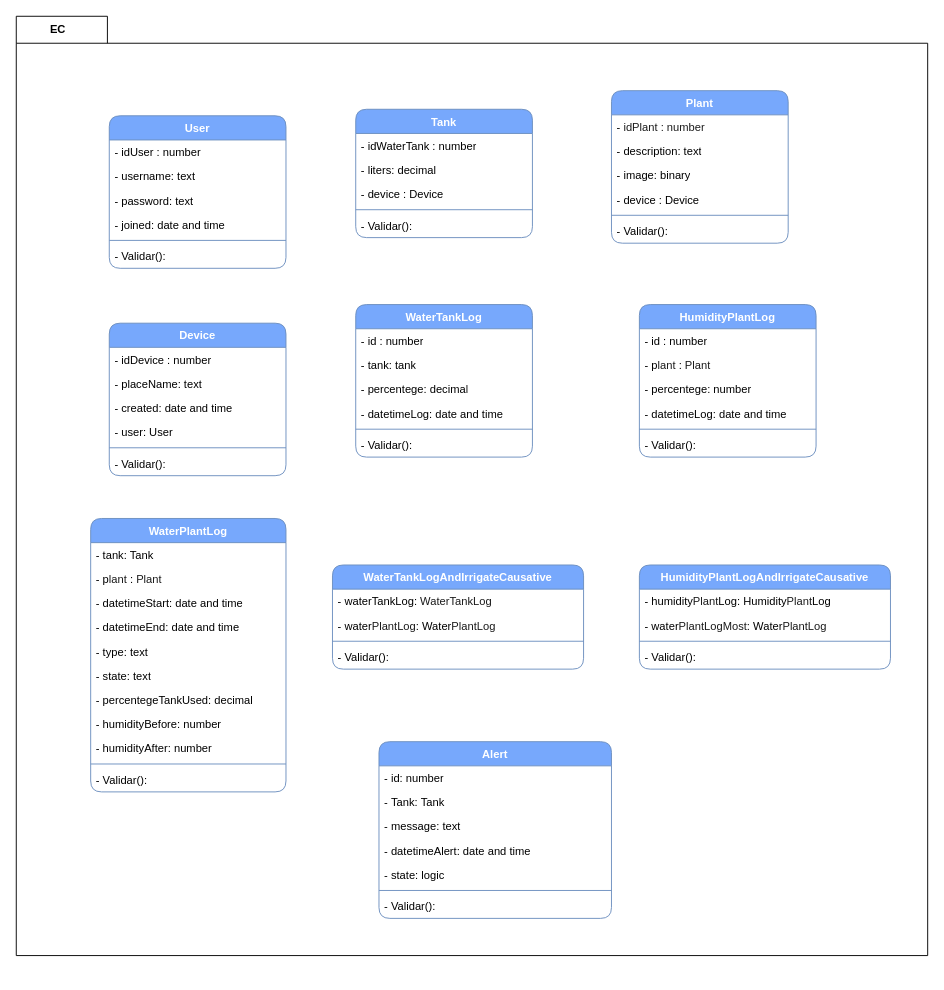
Earlier version of the draw.io diagram Diagramas/ArquitecturaEnCapas.drawio (Agustin15/AquaControl). Source tidied: cells renumbered, new cells numbered last; positions are measured from the earlier drawing's top-left corner, leaving out a move shared by most shapes. Both pictures are drawn from the tidied source at 93%, with x=0, y=0 at pixel (16, 16).
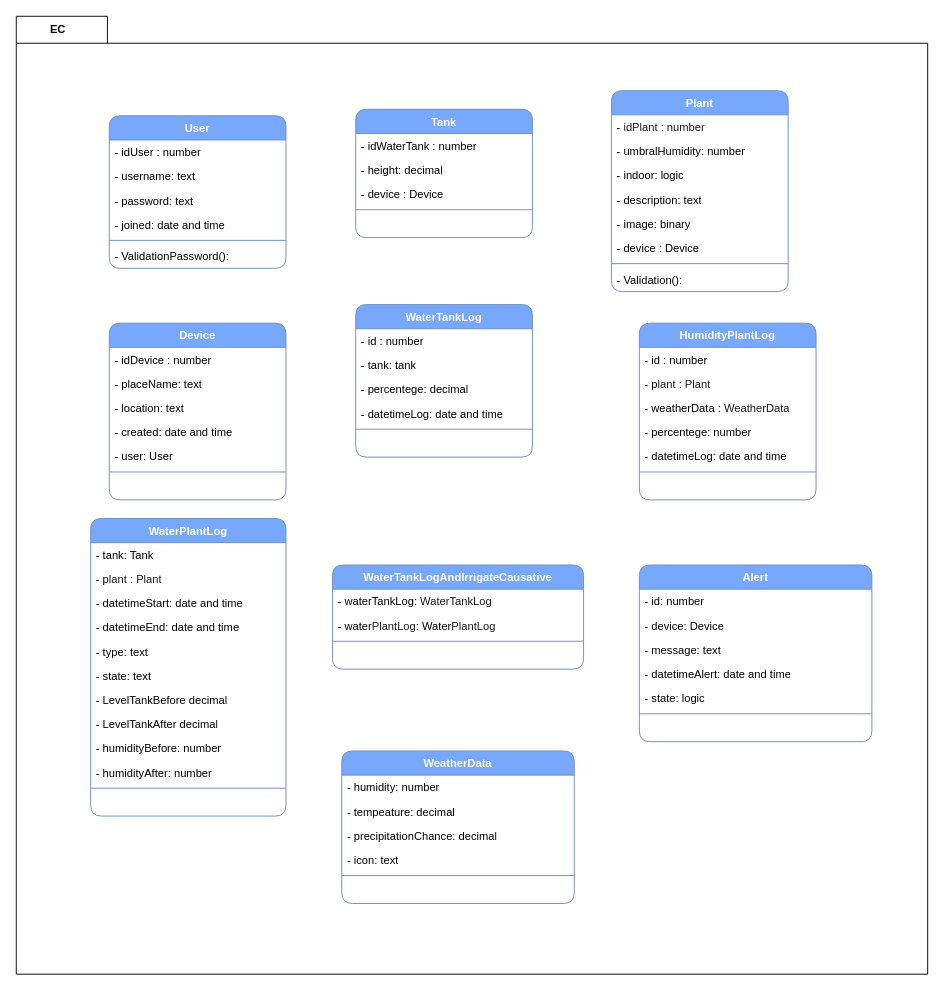
The same diagram, later.

Commit message:
EC class diagram updated in Diagramas/ArquitecturaEnCapas.drawio

Unchanged cells that the change refers to:
```xml
<mxCell id="3" value="&lt;font style=&quot;color: rgb(255, 255, 255);&quot;&gt;WaterTankLog&lt;/font&gt;" style="swimlane;fontStyle=1;align=center;verticalAlign=top;horizontal=1;startSize=26;whiteSpace=wrap;html=1;rounded=1;fillColor=#77A8FC;strokeColor=#6c8ebf;" parent="1" vertex="1">
  <mxGeometry x="365" y="310" width="190" height="164" as="geometry" />
</mxCell>
<mxCell id="38" value="&lt;font style=&quot;color: rgb(255, 255, 255);&quot;&gt;Tank&lt;/font&gt;" style="swimlane;fontStyle=1;align=center;verticalAlign=top;horizontal=1;startSize=26;whiteSpace=wrap;html=1;rounded=1;fillColor=#77A8FC;strokeColor=#6c8ebf;" parent="1" vertex="1">
  <mxGeometry x="365" y="100" width="190" height="138" as="geometry" />
</mxCell>
<mxCell id="51" value="&lt;font color=&quot;#ffffff&quot;&gt;User&lt;/font&gt;" style="swimlane;fontStyle=1;align=center;verticalAlign=top;horizontal=1;startSize=26;whiteSpace=wrap;html=1;rounded=1;fillColor=#77A8FC;strokeColor=#6c8ebf;" parent="1" vertex="1">
  <mxGeometry x="100" y="107" width="190" height="164" as="geometry" />
</mxCell>
<mxCell id="65" value="&lt;font style=&quot;color: rgb(255, 255, 255);&quot;&gt;WaterTankLogAndIrrigateCausative&lt;/font&gt;" style="swimlane;fontStyle=1;align=center;verticalAlign=top;horizontal=1;startSize=26;whiteSpace=wrap;html=1;rounded=1;fillColor=#77A8FC;strokeColor=#6c8ebf;" parent="1" vertex="1">
  <mxGeometry x="340" y="590" width="270" height="112" as="geometry" />
</mxCell>
```

What changed in the source:
```diff
@@
     <mxCell id="2" style="shape=folder;fontStyle=1;spacingTop=10;tabWidth=86;tabHeight=29;tabPosition=left;html=1;whiteSpace=wrap;" parent="1" vertex="1">
-      <mxGeometry width="980" height="1010" as="geometry" />
+      <mxGeometry width="980" height="1030" as="geometry" />
     </mxCell>
@@
-    <mxCell id="9" value="-&amp;nbsp;Validar():" style="text;strokeColor=none;fillColor=none;align=left;verticalAlign=top;spacingLeft=4;spacingRight=4;overflow=hidden;whiteSpace=wrap;html=1;" parent="3" vertex="1">
+    <mxCell id="9" value="&amp;nbsp;" style="text;strokeColor=none;fillColor=none;align=left;verticalAlign=top;spacingLeft=4;spacingRight=4;overflow=hidden;whiteSpace=wrap;html=1;" parent="3" vertex="1">
       <mxGeometry y="138" width="190" height="26" as="geometry" />
     </mxCell>
     <mxCell id="10" value="&lt;font style=&quot;color: rgb(255, 255, 255);&quot;&gt;HumidityPlantLog&lt;/font&gt;" style="swimlane;fontStyle=1;align=center;verticalAlign=top;horizontal=1;startSize=26;whiteSpace=wrap;html=1;rounded=1;fillColor=#77A8FC;strokeColor=#6c8ebf;" parent="1" vertex="1">
-      <mxGeometry x="670" y="310" width="190" height="164" as="geometry" />
+      <mxGeometry x="670" y="330" width="190" height="190" as="geometry" />
     </mxCell>
@@
+    <mxCell id="75" value="&lt;div style=&quot;text-align: center;&quot;&gt;&lt;span style=&quot;background-color: transparent; color: light-dark(rgb(0, 0, 0), rgb(255, 255, 255));&quot;&gt;- weatherData&lt;/span&gt;&lt;span style=&quot;background-color: transparent; color: light-dark(rgb(0, 0, 0), rgb(255, 255, 255));&quot;&gt;&amp;nbsp;: &lt;/span&gt;&lt;span style=&quot;background-color: transparent;&quot;&gt;&lt;font color=&quot;#1a1a1a&quot;&gt;WeatherData&lt;/font&gt;&lt;/span&gt;&lt;/div&gt;" style="text;strokeColor=none;fillColor=none;align=left;verticalAlign=top;spacingLeft=4;spacingRight=4;overflow=hidden;whiteSpace=wrap;html=1;" parent="10" vertex="1">
+      <mxGeometry y="78" width="190" height="26" as="geometry" />
+    </mxCell>
     <mxCell id="13" value="-&amp;nbsp;percentege: number" style="text;strokeColor=none;fillColor=none;align=left;verticalAlign=top;spacingLeft=4;spacingRight=4;overflow=hidden;whiteSpace=wrap;html=1;" parent="10" vertex="1">
-      <mxGeometry y="78" width="190" height="26" as="geometry" />
+      <mxGeometry y="104" width="190" height="26" as="geometry" />
     </mxCell>
     <mxCell id="14" value="-&amp;nbsp;datetimeLog: date and time" style="text;strokeColor=none;fillColor=none;align=left;verticalAlign=top;spacingLeft=4;spacingRight=4;overflow=hidden;whiteSpace=wrap;html=1;" parent="10" vertex="1">
-      <mxGeometry y="104" width="190" height="26" as="geometry" />
+      <mxGeometry y="130" width="190" height="26" as="geometry" />
     </mxCell>
     <mxCell id="15" style="line;strokeWidth=1;fillColor=none;align=left;verticalAlign=middle;spacingTop=-1;spacingLeft=3;spacingRight=3;labelPosition=right;strokeColor=inherit;" parent="10" vertex="1">
-      <mxGeometry y="130" width="190" height="8" as="geometry" />
+      <mxGeometry y="156" width="190" height="8" as="geometry" />
     </mxCell>
-    <mxCell id="16" value="-&amp;nbsp;Validar():" style="text;strokeColor=none;fillColor=none;align=left;verticalAlign=top;spacingLeft=4;spacingRight=4;overflow=hidden;whiteSpace=wrap;html=1;" parent="10" vertex="1">
-      <mxGeometry y="138" width="190" height="26" as="geometry" />
+    <mxCell id="16" value="&amp;nbsp;" style="text;strokeColor=none;fillColor=none;align=left;verticalAlign=top;spacingLeft=4;spacingRight=4;overflow=hidden;whiteSpace=wrap;html=1;" parent="10" vertex="1">
+      <mxGeometry y="164" width="190" height="26" as="geometry" />
     </mxCell>
     <mxCell id="17" value="&lt;font style=&quot;color: rgb(255, 255, 255);&quot;&gt;WaterPlantLog&lt;/font&gt;" style="swimlane;fontStyle=1;align=center;verticalAlign=top;horizontal=1;startSize=26;whiteSpace=wrap;html=1;rounded=1;fillColor=#77A8FC;strokeColor=#6c8ebf;" parent="1" vertex="1">
-      <mxGeometry x="80" y="540" width="210" height="294" as="geometry" />
+      <mxGeometry x="80" y="540" width="210" height="320" as="geometry" />
     </mxCell>
@@
-    <mxCell id="24" value="-&amp;nbsp;percentegeTankUsed: decimal" style="text;strokeColor=none;fillColor=none;align=left;verticalAlign=top;spacingLeft=4;spacingRight=4;overflow=hidden;whiteSpace=wrap;html=1;" parent="17" vertex="1">
+    <mxCell id="24" value="- LevelTankBefore decimal" style="text;strokeColor=none;fillColor=none;align=left;verticalAlign=top;spacingLeft=4;spacingRight=4;overflow=hidden;whiteSpace=wrap;html=1;" parent="17" vertex="1">
       <mxGeometry y="182" width="210" height="26" as="geometry" />
     </mxCell>
+    <mxCell id="76" value="- LevelTankAfter decimal" style="text;strokeColor=none;fillColor=none;align=left;verticalAlign=top;spacingLeft=4;spacingRight=4;overflow=hidden;whiteSpace=wrap;html=1;" parent="17" vertex="1">
+      <mxGeometry y="208" width="210" height="26" as="geometry" />
+    </mxCell>
     <mxCell id="25" value="-&amp;nbsp;humidityBefore: number" style="text;strokeColor=none;fillColor=none;align=left;verticalAlign=top;spacingLeft=4;spacingRight=4;overflow=hidden;whiteSpace=wrap;html=1;" parent="17" vertex="1">
-      <mxGeometry y="208" width="210" height="26" as="geometry" />
+      <mxGeometry y="234" width="210" height="26" as="geometry" />
     </mxCell>
     <mxCell id="26" value="-&amp;nbsp;humidityAfter: number" style="text;strokeColor=none;fillColor=none;align=left;verticalAlign=top;spacingLeft=4;spacingRight=4;overflow=hidden;whiteSpace=wrap;html=1;" parent="17" vertex="1">
-      <mxGeometry y="234" width="210" height="26" as="geometry" />
+      <mxGeometry y="260" width="210" height="26" as="geometry" />
     </mxCell>
     <mxCell id="27" style="line;strokeWidth=1;fillColor=none;align=left;verticalAlign=middle;spacingTop=-1;spacingLeft=3;spacingRight=3;labelPosition=right;strokeColor=inherit;" parent="17" vertex="1">
-      <mxGeometry y="260" width="210" height="8" as="geometry" />
+      <mxGeometry y="286" width="210" height="8" as="geometry" />
     </mxCell>
-    <mxCell id="28" value="-&amp;nbsp;Validar():" style="text;strokeColor=none;fillColor=none;align=left;verticalAlign=top;spacingLeft=4;spacingRight=4;overflow=hidden;whiteSpace=wrap;html=1;" parent="17" vertex="1">
-      <mxGeometry y="268" width="210" height="26" as="geometry" />
+    <mxCell id="28" value="&amp;nbsp;" style="text;strokeColor=none;fillColor=none;align=left;verticalAlign=top;spacingLeft=4;spacingRight=4;overflow=hidden;whiteSpace=wrap;html=1;" parent="17" vertex="1">
+      <mxGeometry y="294" width="210" height="26" as="geometry" />
     </mxCell>
     <mxCell id="29" value="&lt;font style=&quot;color: rgb(255, 255, 255);&quot;&gt;Alert&lt;/font&gt;" style="swimlane;fontStyle=1;align=center;verticalAlign=top;horizontal=1;startSize=26;whiteSpace=wrap;html=1;rounded=1;fillColor=#77A8FC;strokeColor=#6c8ebf;" parent="1" vertex="1">
-      <mxGeometry x="390" y="780" width="250" height="190" as="geometry" />
+      <mxGeometry x="670" y="590" width="250" height="190" as="geometry" />
     </mxCell>
@@
-    <mxCell id="31" value="-&amp;nbsp;Tank:&amp;nbsp;Tank&lt;span style=&quot;color: rgb(26, 26, 26); text-align: center;&quot;&gt;&amp;nbsp;&lt;/span&gt;" style="text;strokeColor=none;fillColor=none;align=left;verticalAlign=top;spacingLeft=4;spacingRight=4;overflow=hidden;whiteSpace=wrap;html=1;" parent="29" vertex="1">
+    <mxCell id="31" value="- device: Device" style="text;strokeColor=none;fillColor=none;align=left;verticalAlign=top;spacingLeft=4;spacingRight=4;overflow=hidden;whiteSpace=wrap;html=1;" parent="29" vertex="1">
       <mxGeometry y="52" width="250" height="26" as="geometry" />
     </mxCell>
@@
-    <mxCell id="36" value="-&amp;nbsp;Validar():" style="text;strokeColor=none;fillColor=none;align=left;verticalAlign=top;spacingLeft=4;spacingRight=4;overflow=hidden;whiteSpace=wrap;html=1;" parent="29" vertex="1">
+    <mxCell id="36" value="&amp;nbsp;" style="text;strokeColor=none;fillColor=none;align=left;verticalAlign=top;spacingLeft=4;spacingRight=4;overflow=hidden;whiteSpace=wrap;html=1;" parent="29" vertex="1">
       <mxGeometry y="164" width="250" height="26" as="geometry" />
     </mxCell>
@@
-    <mxCell id="40" value="- liters: decimal" style="text;strokeColor=none;fillColor=none;align=left;verticalAlign=top;spacingLeft=4;spacingRight=4;overflow=hidden;whiteSpace=wrap;html=1;" parent="38" vertex="1">
+    <mxCell id="40" value="- height: decimal" style="text;strokeColor=none;fillColor=none;align=left;verticalAlign=top;spacingLeft=4;spacingRight=4;overflow=hidden;whiteSpace=wrap;html=1;" parent="38" vertex="1">
       <mxGeometry y="52" width="190" height="26" as="geometry" />
     </mxCell>
@@
-    <mxCell id="43" value="-&amp;nbsp;Validar():" style="text;strokeColor=none;fillColor=none;align=left;verticalAlign=top;spacingLeft=4;spacingRight=4;overflow=hidden;whiteSpace=wrap;html=1;" parent="38" vertex="1">
+    <mxCell id="43" value="&amp;nbsp;" style="text;strokeColor=none;fillColor=none;align=left;verticalAlign=top;spacingLeft=4;spacingRight=4;overflow=hidden;whiteSpace=wrap;html=1;" parent="38" vertex="1">
       <mxGeometry y="112" width="190" height="26" as="geometry" />
     </mxCell>
     <mxCell id="44" value="&lt;span style=&quot;color: rgb(255, 255, 255);&quot;&gt;Plant&lt;/span&gt;" style="swimlane;fontStyle=1;align=center;verticalAlign=top;horizontal=1;startSize=26;whiteSpace=wrap;html=1;rounded=1;fillColor=#77A8FC;strokeColor=#6c8ebf;" parent="1" vertex="1">
-      <mxGeometry x="640" y="80" width="190" height="164" as="geometry" />
+      <mxGeometry x="640" y="80" width="190" height="216" as="geometry" />
     </mxCell>
@@
+    <mxCell id="77" value="- umbralHumidity: number" style="text;strokeColor=none;fillColor=none;align=left;verticalAlign=top;spacingLeft=4;spacingRight=4;overflow=hidden;whiteSpace=wrap;html=1;" parent="44" vertex="1">
+      <mxGeometry y="52" width="190" height="26" as="geometry" />
+    </mxCell>
+    <mxCell id="78" value="- indoor: logic" style="text;strokeColor=none;fillColor=none;align=left;verticalAlign=top;spacingLeft=4;spacingRight=4;overflow=hidden;whiteSpace=wrap;html=1;" parent="44" vertex="1">
+      <mxGeometry y="78" width="190" height="26" as="geometry" />
+    </mxCell>
     <mxCell id="46" value="-&amp;nbsp;description: text" style="text;strokeColor=none;fillColor=none;align=left;verticalAlign=top;spacingLeft=4;spacingRight=4;overflow=hidden;whiteSpace=wrap;html=1;" parent="44" vertex="1">
-      <mxGeometry y="52" width="190" height="26" as="geometry" />
+      <mxGeometry y="104" width="190" height="26" as="geometry" />
     </mxCell>
     <mxCell id="47" value="-&amp;nbsp;image: binary" style="text;strokeColor=none;fillColor=none;align=left;verticalAlign=top;spacingLeft=4;spacingRight=4;overflow=hidden;whiteSpace=wrap;html=1;" parent="44" vertex="1">
-      <mxGeometry y="78" width="190" height="26" as="geometry" />
+      <mxGeometry y="130" width="190" height="26" as="geometry" />
     </mxCell>
     <mxCell id="48" value="- device : Device" style="text;strokeColor=none;fillColor=none;align=left;verticalAlign=top;spacingLeft=4;spacingRight=4;overflow=hidden;whiteSpace=wrap;html=1;" parent="44" vertex="1">
-      <mxGeometry y="104" width="190" height="26" as="geometry" />
+      <mxGeometry y="156" width="190" height="26" as="geometry" />
     </mxCell>
     <mxCell id="49" style="line;strokeWidth=1;fillColor=none;align=left;verticalAlign=middle;spacingTop=-1;spacingLeft=3;spacingRight=3;labelPosition=right;strokeColor=inherit;" parent="44" vertex="1">
-      <mxGeometry y="130" width="190" height="8" as="geometry" />
+      <mxGeometry y="182" width="190" height="8" as="geometry" />
     </mxCell>
-    <mxCell id="50" value="-&amp;nbsp;Validar():" style="text;strokeColor=none;fillColor=none;align=left;verticalAlign=top;spacingLeft=4;spacingRight=4;overflow=hidden;whiteSpace=wrap;html=1;" parent="44" vertex="1">
-      <mxGeometry y="138" width="190" height="26" as="geometry" />
+    <mxCell id="50" value="-&amp;nbsp;Validation():" style="text;strokeColor=none;fillColor=none;align=left;verticalAlign=top;spacingLeft=4;spacingRight=4;overflow=hidden;whiteSpace=wrap;html=1;" parent="44" vertex="1">
+      <mxGeometry y="190" width="190" height="26" as="geometry" />
     </mxCell>
@@
-    <mxCell id="57" value="-&amp;nbsp;Validar():" style="text;strokeColor=none;fillColor=none;align=left;verticalAlign=top;spacingLeft=4;spacingRight=4;overflow=hidden;whiteSpace=wrap;html=1;" parent="51" vertex="1">
+    <mxCell id="57" value="-&amp;nbsp;ValidationPassword():" style="text;strokeColor=none;fillColor=none;align=left;verticalAlign=top;spacingLeft=4;spacingRight=4;overflow=hidden;whiteSpace=wrap;html=1;" parent="51" vertex="1">
       <mxGeometry y="138" width="190" height="26" as="geometry" />
     </mxCell>
     <mxCell id="58" value="&lt;font color=&quot;#ffffff&quot;&gt;Device&lt;/font&gt;" style="swimlane;fontStyle=1;align=center;verticalAlign=top;horizontal=1;startSize=26;whiteSpace=wrap;html=1;rounded=1;fillColor=#77A8FC;strokeColor=#6c8ebf;" parent="1" vertex="1">
-      <mxGeometry x="100" y="330" width="190" height="164" as="geometry" />
+      <mxGeometry x="100" y="330" width="190" height="190" as="geometry" />
     </mxCell>
@@
+    <mxCell id="79" value="- location: text" style="text;strokeColor=none;fillColor=none;align=left;verticalAlign=top;spacingLeft=4;spacingRight=4;overflow=hidden;whiteSpace=wrap;html=1;" parent="58" vertex="1">
+      <mxGeometry y="78" width="190" height="26" as="geometry" />
+    </mxCell>
     <mxCell id="61" value="- created: date and time" style="text;strokeColor=none;fillColor=none;align=left;verticalAlign=top;spacingLeft=4;spacingRight=4;overflow=hidden;whiteSpace=wrap;html=1;" parent="58" vertex="1">
-      <mxGeometry y="78" width="190" height="26" as="geometry" />
+      <mxGeometry y="104" width="190" height="26" as="geometry" />
     </mxCell>
     <mxCell id="62" value="- user: User" style="text;strokeColor=none;fillColor=none;align=left;verticalAlign=top;spacingLeft=4;spacingRight=4;overflow=hidden;whiteSpace=wrap;html=1;" parent="58" vertex="1">
-      <mxGeometry y="104" width="190" height="26" as="geometry" />
+      <mxGeometry y="130" width="190" height="26" as="geometry" />
     </mxCell>
     <mxCell id="63" style="line;strokeWidth=1;fillColor=none;align=left;verticalAlign=middle;spacingTop=-1;spacingLeft=3;spacingRight=3;labelPosition=right;strokeColor=inherit;" parent="58" vertex="1">
-      <mxGeometry y="130" width="190" height="8" as="geometry" />
+      <mxGeometry y="156" width="190" height="8" as="geometry" />
     </mxCell>
-    <mxCell id="64" value="-&amp;nbsp;Validar():" style="text;strokeColor=none;fillColor=none;align=left;verticalAlign=top;spacingLeft=4;spacingRight=4;overflow=hidden;whiteSpace=wrap;html=1;" parent="58" vertex="1">
-      <mxGeometry y="138" width="190" height="26" as="geometry" />
+    <mxCell id="64" value="&amp;nbsp;" style="text;strokeColor=none;fillColor=none;align=left;verticalAlign=top;spacingLeft=4;spacingRight=4;overflow=hidden;whiteSpace=wrap;html=1;" parent="58" vertex="1">
+      <mxGeometry y="164" width="190" height="26" as="geometry" />
     </mxCell>
@@
-    <mxCell id="69" value="-&amp;nbsp;Validar():" style="text;strokeColor=none;fillColor=none;align=left;verticalAlign=top;spacingLeft=4;spacingRight=4;overflow=hidden;whiteSpace=wrap;html=1;" parent="65" vertex="1">
+    <mxCell id="69" value="&amp;nbsp;" style="text;strokeColor=none;fillColor=none;align=left;verticalAlign=top;spacingLeft=4;spacingRight=4;overflow=hidden;whiteSpace=wrap;html=1;" parent="65" vertex="1">
       <mxGeometry y="86" width="270" height="26" as="geometry" />
     </mxCell>
-    <mxCell id="70" value="&lt;font style=&quot;color: rgb(255, 255, 255);&quot;&gt;HumidityPlantLog&lt;/font&gt;&lt;span style=&quot;color: rgb(255, 255, 255);&quot;&gt;AndIrrigateCausative&lt;/span&gt;" style="swimlane;fontStyle=1;align=center;verticalAlign=top;horizontal=1;startSize=26;whiteSpace=wrap;html=1;rounded=1;fillColor=#77A8FC;strokeColor=#6c8ebf;" parent="1" vertex="1">
-      <mxGeometry x="670" y="590" width="270" height="112" as="geometry" />
-    </mxCell>
-    <mxCell id="71" value="&lt;div style=&quot;text-align: center;&quot;&gt;&lt;span style=&quot;background-color: transparent; color: light-dark(rgb(0, 0, 0), rgb(255, 255, 255));&quot;&gt;- humidity&lt;/span&gt;&lt;span style=&quot;color: rgb(26, 26, 26); background-color: transparent;&quot;&gt;Plant&lt;/span&gt;&lt;span style=&quot;background-color: transparent; color: light-dark(rgb(0, 0, 0), rgb(255, 255, 255));&quot;&gt;Log&lt;/span&gt;&lt;span style=&quot;background-color: transparent; color: light-dark(rgb(0, 0, 0), rgb(255, 255, 255));&quot;&gt;: H&lt;/span&gt;&lt;span style=&quot;background-color: transparent; color: light-dark(rgb(0, 0, 0), rgb(255, 255, 255));&quot;&gt;umidity&lt;/span&gt;&lt;span style=&quot;background-color: transparent; color: rgb(26, 26, 26);&quot;&gt;Plant&lt;/span&gt;&lt;span style=&quot;background-color: transparent; color: light-dark(rgb(0, 0, 0), rgb(255, 255, 255));&quot;&gt;Log&lt;/span&gt;&lt;/div&gt;" style="text;strokeColor=none;fillColor=none;align=left;verticalAlign=top;spacingLeft=4;spacingRight=4;overflow=hidden;whiteSpace=wrap;html=1;" parent="70" vertex="1">
-      <mxGeometry y="26" width="270" height="26" as="geometry" />
-    </mxCell>
-    <mxCell id="72" value="&lt;div style=&quot;text-align: left;&quot;&gt;&lt;span style=&quot;background-color: transparent; color: light-dark(rgb(0, 0, 0), rgb(255, 255, 255));&quot;&gt;- water&lt;/span&gt;&lt;span style=&quot;color: rgb(26, 26, 26); text-align: center; background-color: transparent;&quot;&gt;PlantLogMost&lt;/span&gt;&lt;span style=&quot;background-color: transparent; color: light-dark(rgb(0, 0, 0), rgb(255, 255, 255));&quot;&gt;: W&lt;/span&gt;&lt;span style=&quot;background-color: transparent; color: light-dark(rgb(0, 0, 0), rgb(255, 255, 255));&quot;&gt;ater&lt;/span&gt;&lt;span style=&quot;background-color: transparent; color: rgb(26, 26, 26); text-align: center;&quot;&gt;PlantLog&lt;/span&gt;&lt;/div&gt;" style="text;strokeColor=none;fillColor=none;align=left;verticalAlign=top;spacingLeft=4;spacingRight=4;overflow=hidden;whiteSpace=wrap;html=1;" parent="70" vertex="1">
-      <mxGeometry y="52" width="270" height="26" as="geometry" />
-    </mxCell>
-    <mxCell id="73" style="line;strokeWidth=1;fillColor=none;align=left;verticalAlign=middle;spacingTop=-1;spacingLeft=3;spacingRight=3;labelPosition=right;strokeColor=inherit;" parent="70" vertex="1">
-      <mxGeometry y="78" width="270" height="8" as="geometry" />
-    </mxCell>
-    <mxCell id="74" value="-&amp;nbsp;Validar():" style="text;strokeColor=none;fillColor=none;align=left;verticalAlign=top;spacingLeft=4;spacingRight=4;overflow=hidden;whiteSpace=wrap;html=1;" parent="70" vertex="1">
-      <mxGeometry y="86" width="270" height="26" as="geometry" />
-    </mxCell>
+    <mxCell id="80" value="&lt;font style=&quot;color: rgb(255, 255, 255);&quot;&gt;WeatherData&lt;/font&gt;" style="swimlane;fontStyle=1;align=center;verticalAlign=top;horizontal=1;startSize=26;whiteSpace=wrap;html=1;rounded=1;fillColor=#77A8FC;strokeColor=#6c8ebf;" parent="1" vertex="1">
+      <mxGeometry x="350" y="790" width="250" height="164" as="geometry" />
+    </mxCell>
+    <mxCell id="81" value="- humidity: number" style="text;strokeColor=none;fillColor=none;align=left;verticalAlign=top;spacingLeft=4;spacingRight=4;overflow=hidden;whiteSpace=wrap;html=1;" parent="80" vertex="1">
+      <mxGeometry y="26" width="250" height="26" as="geometry" />
+    </mxCell>
+    <mxCell id="82" value="- tempeature: decimal" style="text;strokeColor=none;fillColor=none;align=left;verticalAlign=top;spacingLeft=4;spacingRight=4;overflow=hidden;whiteSpace=wrap;html=1;" parent="80" vertex="1">
+      <mxGeometry y="52" width="250" height="26" as="geometry" />
+    </mxCell>
+    <mxCell id="83" value="- precipitationChance: decimal" style="text;strokeColor=none;fillColor=none;align=left;verticalAlign=top;spacingLeft=4;spacingRight=4;overflow=hidden;whiteSpace=wrap;html=1;" parent="80" vertex="1">
+      <mxGeometry y="78" width="250" height="26" as="geometry" />
+    </mxCell>
+    <mxCell id="84" value="- icon: text" style="text;strokeColor=none;fillColor=none;align=left;verticalAlign=top;spacingLeft=4;spacingRight=4;overflow=hidden;whiteSpace=wrap;html=1;" parent="80" vertex="1">
+      <mxGeometry y="104" width="250" height="26" as="geometry" />
+    </mxCell>
+    <mxCell id="85" style="line;strokeWidth=1;fillColor=none;align=left;verticalAlign=middle;spacingTop=-1;spacingLeft=3;spacingRight=3;labelPosition=right;strokeColor=inherit;" parent="80" vertex="1">
+      <mxGeometry y="130" width="250" height="8" as="geometry" />
+    </mxCell>
+    <mxCell id="86" value="&amp;nbsp;" style="text;strokeColor=none;fillColor=none;align=left;verticalAlign=top;spacingLeft=4;spacingRight=4;overflow=hidden;whiteSpace=wrap;html=1;" parent="80" vertex="1">
+      <mxGeometry y="138" width="250" height="26" as="geometry" />
+    </mxCell>
```
